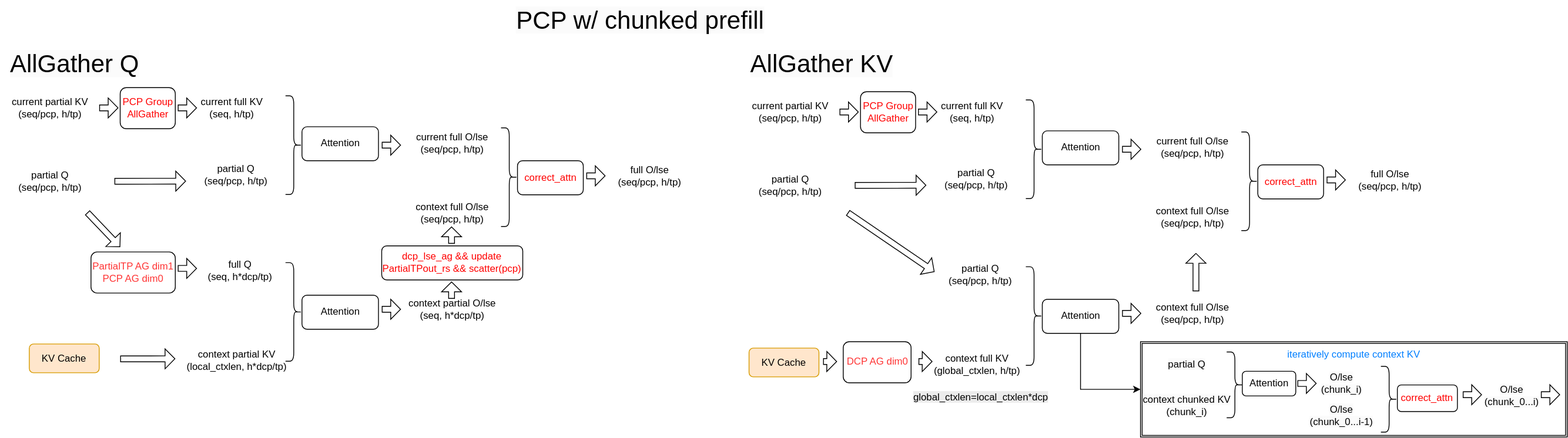
The draw.io diagram static/images/CP/PCP-chunkedprefill.svg in pisceskkk/CP-Viz, before a commit. Source tidied: cells renumbered, new cells last; positions are measured from the earlier drawing's top-left corner, leaving out a move shared by most shapes.
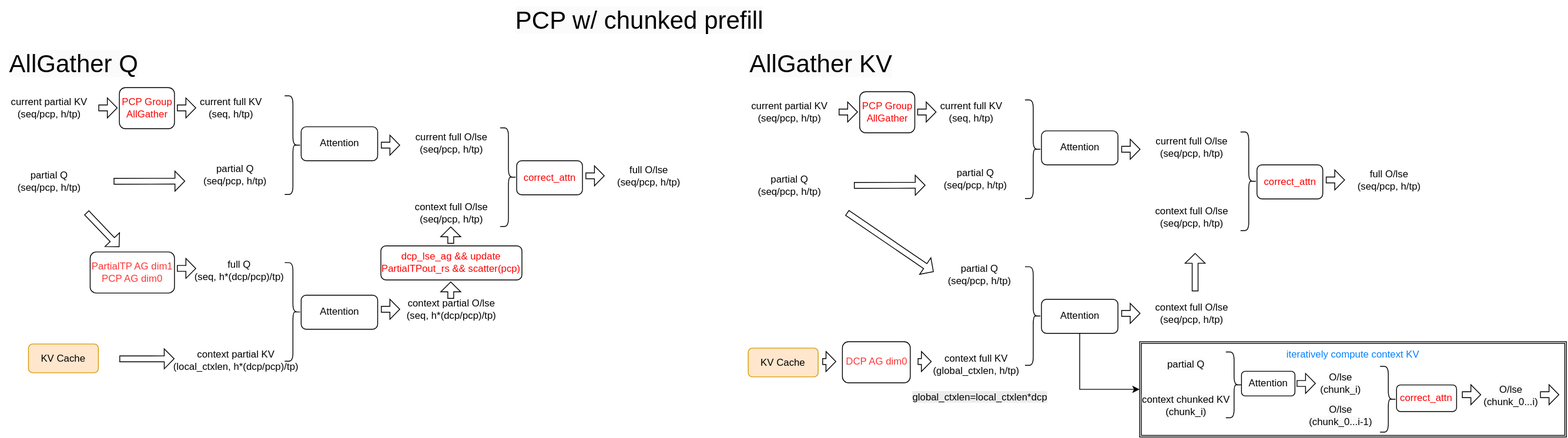
The same diagram one commit later.

Diff of the diagram source:
```diff
@@ -23,7 +23,7 @@
     <mxCell id="8" value="partial Q &lt;br&gt;(seq/pcp, h/tp)" style="text;html=1;align=center;verticalAlign=middle;strokeColor=none;fillColor=none;" parent="1" vertex="1">
       <mxGeometry x="235.5" y="192.2" width="100" height="40" as="geometry" />
     </mxCell>
-    <mxCell id="9" value="full Q &lt;br&gt;(seq, h*dcp/tp)" style="text;html=1;align=center;verticalAlign=middle;strokeColor=none;fillColor=none;" parent="1" vertex="1">
+    <mxCell id="9" value="full Q &lt;br&gt;(seq, h*(dcp/pcp)/tp)" style="text;html=1;align=center;verticalAlign=middle;strokeColor=none;fillColor=none;" parent="1" vertex="1">
       <mxGeometry x="240.5" y="309.1" width="100" height="40" as="geometry" />
     </mxCell>
     <mxCell id="10" style="shape=flexArrow;endArrow=classic;html=1;rounded=0;width=7.142857142857142;endSize=3.6476190476190475;endWidth=16.122448979591837;" parent="1" edge="1">
@@ -62,13 +62,13 @@
     <mxCell id="15" value="KV Cache" style="rounded=1;whiteSpace=wrap;html=1;fontSize=12;fillColor=#ffe6cc;strokeColor=#d79b00;" parent="1" vertex="1">
       <mxGeometry x="35" y="418.1" width="85" height="35" as="geometry" />
     </mxCell>
-    <mxCell id="16" value="context partial KV &lt;br&gt;(local_ctxlen, h*dcp/tp)" style="text;html=1;align=center;verticalAlign=middle;strokeColor=none;fillColor=none;" parent="1" vertex="1">
+    <mxCell id="16" value="context partial KV &lt;br&gt;(local_ctxlen, h*(dcp/pcp)/tp)" style="text;html=1;align=center;verticalAlign=middle;strokeColor=none;fillColor=none;" parent="1" vertex="1">
       <mxGeometry x="216.5" y="418.1" width="140" height="40" as="geometry" />
     </mxCell>
     <mxCell id="17" value="Attention" style="rounded=1;whiteSpace=wrap;html=1;fontSize=12;verticalAlign=middle;" parent="1" vertex="1">
       <mxGeometry x="366.5" y="358.7" width="93" height="41.4" as="geometry" />
     </mxCell>
-    <mxCell id="18" value="context partial O/lse&lt;br&gt;(seq, h*dcp/tp)" style="text;html=1;align=center;verticalAlign=middle;strokeColor=none;fillColor=none;" parent="1" vertex="1">
+    <mxCell id="18" value="context partial O/lse&lt;br&gt;(seq, h*(dcp/pcp)/tp)" style="text;html=1;align=center;verticalAlign=middle;strokeColor=none;fillColor=none;" parent="1" vertex="1">
       <mxGeometry x="483.5" y="356.1" width="130" height="40" as="geometry" />
     </mxCell>
     <mxCell id="19" value="context full O/lse&lt;br&gt;(seq/pcp, h/tp)" style="text;html=1;align=center;verticalAlign=middle;strokeColor=none;fillColor=none;" parent="1" vertex="1">
```
